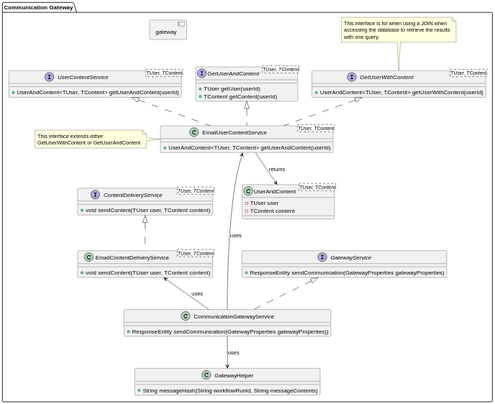
Above: Designs/Images/System Context/Components/GatewayInterfacesUserAndContent.svg in CameronWard301/communication_scheduler (PlantUML), before the change.
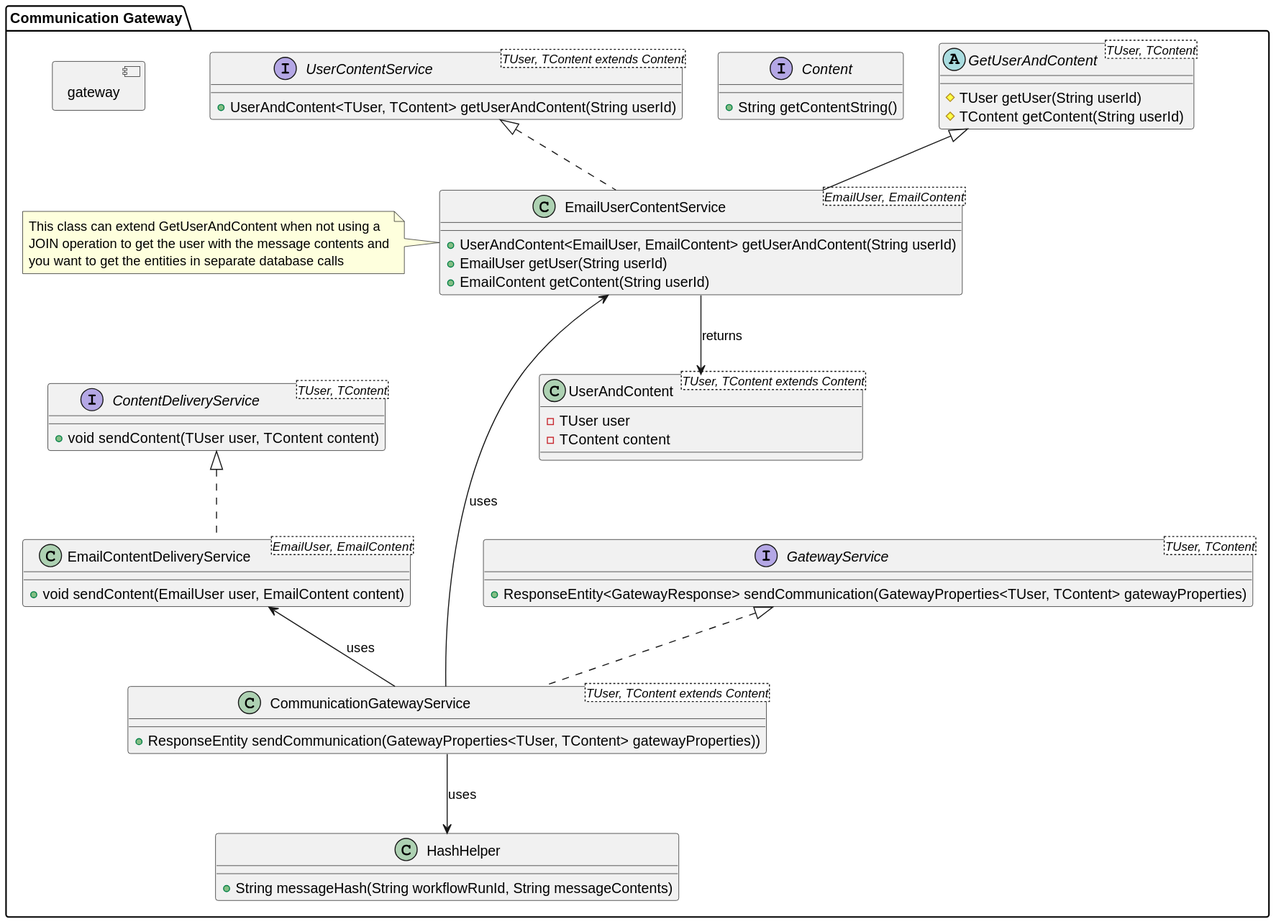
The same file after the commit.

Diff of the diagram source:
```diff
@@ -5,62 +5,61 @@
     }
 
 
-    class GatewayHelper {
+    class HashHelper {
         + String messageHash(String workflowRunId, String messageContents)
     }
 
 
-    interface GatewayService {
-        + ResponseEntity sendCommunication(GatewayProperties gatewayProperties)
+    interface GatewayService <TUser, TContent>{
+            + ResponseEntity<GatewayResponse> sendCommunication(GatewayProperties<TUser, TContent> gatewayProperties)
     }
 
-    class CommunicationGatewayService implements GatewayService{
-        + ResponseEntity sendCommunication(GatewayProperties gatewayProperties))
-    }
-    interface GetUserWithContent <TUser, TContent> {
-        + UserAndContent<TUser, TContent> getUserWithContent(userId)
-    }
-    note top of GetUserWithContent
-            This interface is for when using a JOIN when
-            accessing the database to retrieve the results
-            with one query.
-        end note
-
-    interface GetUserAndContent <TUser, TContent> {
-        + TUser getUser(userId)
-        + TContent getContent(userId)
+    class CommunicationGatewayService<TUser, TContent extends Content> implements GatewayService {
+        + ResponseEntity sendCommunication(GatewayProperties<TUser, TContent> gatewayProperties))
     }
 
-    class UserAndContent <TUser, TContent> {
+    abstract class GetUserAndContent <TUser, TContent> {
+        # TUser getUser(String userId)
+        # TContent getContent(String userId)
+    }
+
+    interface Content {
+        + String getContentString()
+    }
+
+    class UserAndContent <TUser, TContent extends Content> {
         - TUser user
         - TContent content
     }
 
-    interface UserContentService <TUser, TContent> {
-        + UserAndContent<TUser, TContent> getUserAndContent(userId)
+    interface UserContentService <TUser, TContent extends Content> {
+            + UserAndContent<TUser, TContent> getUserAndContent(String userId)
     }
 
-    class EmailUserContentService <TUser, TContent> implements UserContentService, GetUserWithContent, GetUserAndContent {
-        + UserAndContent<TUser, TContent> getUserAndContent(userId)
+    class EmailUserContentService <EmailUser, EmailContent> extends GetUserAndContent implements UserContentService {
+        + UserAndContent<EmailUser, EmailContent> getUserAndContent(String userId)
+        + EmailUser getUser(String userId)
+        + EmailContent getContent(String userId)
     }
 
     interface ContentDeliveryService <TUser, TContent> {
         + void sendContent(TUser user, TContent content)
     }
 
-    class EmailContentDeliveryService <TUser, TContent> implements ContentDeliveryService {
-        + void sendContent(TUser user, TContent content)
+    class EmailContentDeliveryService<EmailUser, EmailContent> implements ContentDeliveryService {
+        + void sendContent(EmailUser user, EmailContent content)
     }
 
    note left of EmailUserContentService
-        This interface extends either
-        GetUserWithContent or GetUserAndContent
+        This class can extend GetUserAndContent when not using a
+        JOIN operation to get the user with the message contents and
+        you want to get the entities in separate database calls
    end note
 
 
     CommunicationGatewayService -u-> EmailContentDeliveryService: uses
     CommunicationGatewayService -u---> EmailUserContentService: uses
-    CommunicationGatewayService --> GatewayHelper: uses
+    CommunicationGatewayService --> HashHelper: uses
     EmailUserContentService --> UserAndContent: returns
 }
 @enduml
```
